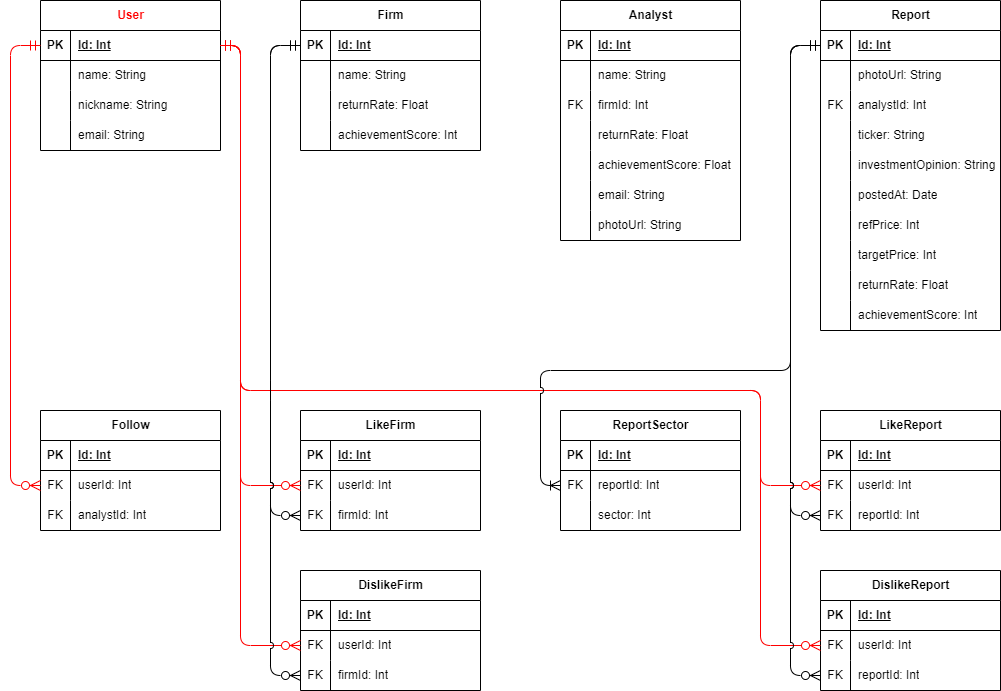
The draw.io diagram diagram/ERD.drawio.png in PDA-stockX/research-crawling, before a commit. Source tidied: cells renumbered, new cells last; positions are measured from the earlier drawing's top-left corner, leaving out a move shared by most shapes.
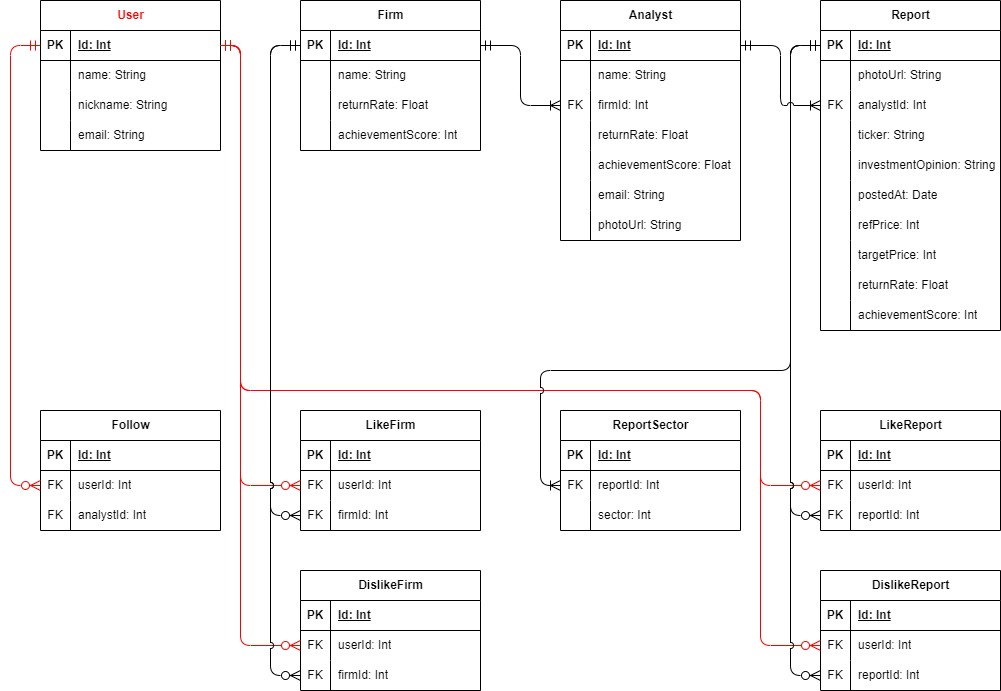
The same file after the commit.

The edit, as a diff of the source:
```diff
@@ -516,5 +516,11 @@
         </Array>
       </mxGeometry>
     </mxCell>
+    <mxCell id="154" style="edgeStyle=orthogonalEdgeStyle;rounded=1;jumpStyle=arc;jettySize=auto;html=1;exitX=1;exitY=0.5;exitDx=0;exitDy=0;strokeColor=default;align=center;verticalAlign=middle;fontFamily=Helvetica;fontSize=12;fontColor=default;labelBackgroundColor=default;startArrow=ERmandOne;startSize=8;endArrow=ERoneToMany;endSize=8;" parent="1" edge="1" source="69" target="22">
+      <mxGeometry relative="1" as="geometry" />
+    </mxCell>
+    <mxCell id="155" style="edgeStyle=orthogonalEdgeStyle;rounded=1;jumpStyle=arc;jettySize=auto;html=1;exitX=1;exitY=0.5;exitDx=0;exitDy=0;entryX=0;entryY=0.5;entryDx=0;entryDy=0;strokeColor=default;align=center;verticalAlign=middle;fontFamily=Helvetica;fontSize=12;fontColor=default;labelBackgroundColor=default;startArrow=ERmandOne;startSize=8;endArrow=ERoneToMany;endSize=8;" parent="1" edge="1" source="16" target="44">
+      <mxGeometry relative="1" as="geometry" />
+    </mxCell>
   </root>
 </mxGraphModel>
```
